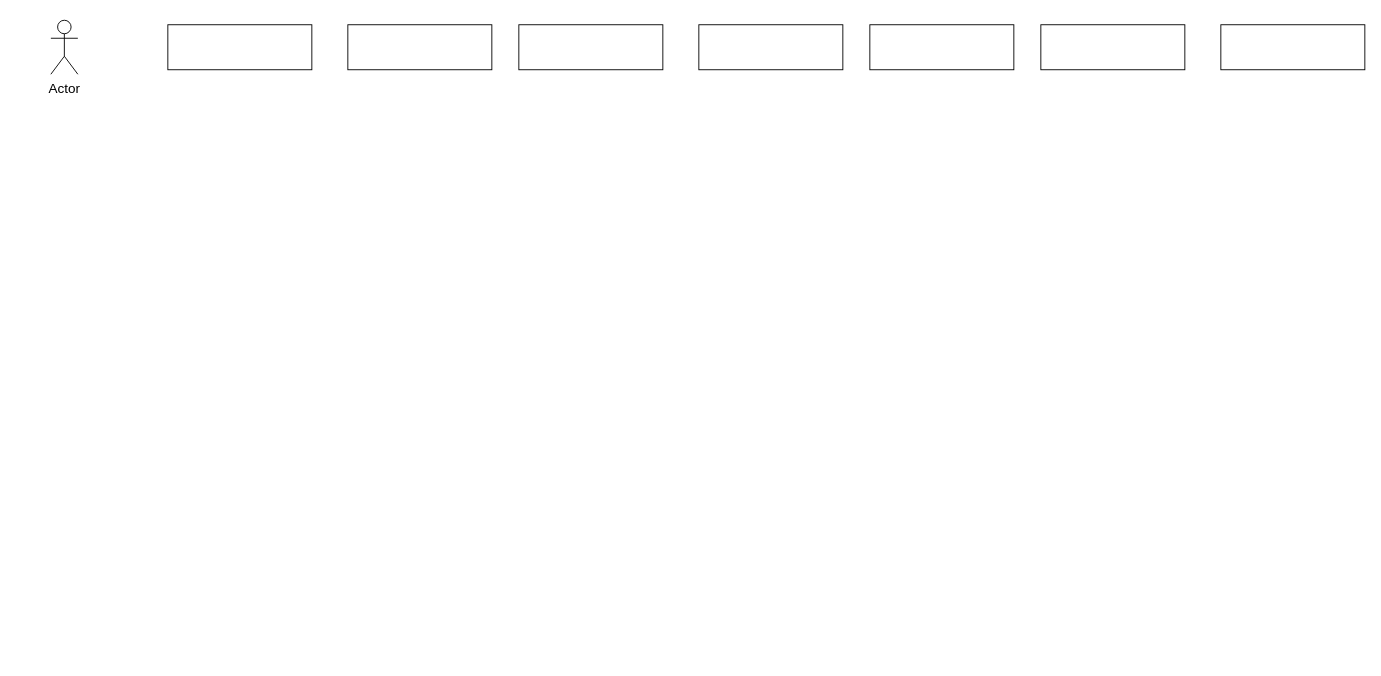
Earlier version of the draw.io diagram page "Sequence Diagram" (4 of 4) of Biểu đồ không có tiêu đề.drawio (quyettranvu/Lab2-3_UML). Source tidied: cells renumbered, new cells numbered last; positions are measured from the earlier drawing's top-left corner, leaving out a move shared by most shapes. Both pictures are drawn from the tidied source at 90%, with x=0, y=0 at pixel (50, 20).
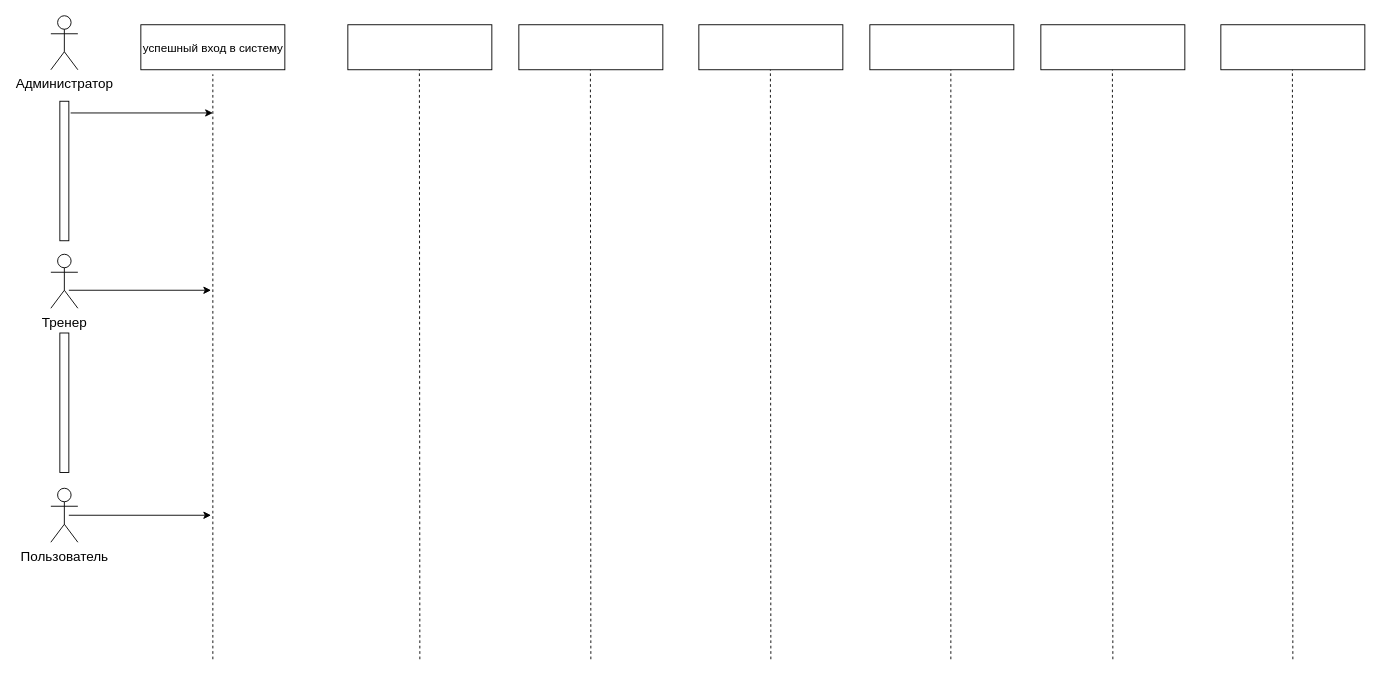
The same diagram, later.

Commit message (it also covers changes not shown here):
Cập nhật Biểu đồ không có tiêu đề.drawio

The edit, as a diff of the source:
```diff
@@
-    <mxCell id="2" value="Actor" style="shape=umlActor;verticalLabelPosition=bottom;verticalAlign=top;html=1;fontSize=15;fillColor=#FFFFFF;" parent="1" vertex="1">
-      <mxGeometry width="30" height="60" as="geometry" />
+    <mxCell id="2" value="Администратор" style="shape=umlActor;verticalLabelPosition=bottom;verticalAlign=top;html=1;fontSize=15;fillColor=#FFFFFF;" parent="1" vertex="1">
+      <mxGeometry y="-5" width="30" height="60" as="geometry" />
     </mxCell>
-    <mxCell id="3" style="html=1;fontSize=15;fillColor=#FFFFFF;" parent="1" vertex="1">
-      <mxGeometry x="130" y="5" width="160" height="50" as="geometry" />
+    <mxCell id="3" value="&lt;font style=&quot;font-size: 13px;&quot;&gt;успешный вход в систему&lt;/font&gt;" style="html=1;fontSize=15;fillColor=#FFFFFF;" parent="1" vertex="1">
+      <mxGeometry x="100" y="5" width="160" height="50" as="geometry" />
     </mxCell>
@@
+    <mxCell id="10" style="endArrow=none;dashed=1;html=1;rounded=0;fontSize=13;" parent="1" edge="1">
+      <mxGeometry relative="1" as="geometry">
+        <mxPoint x="180" y="710" as="sourcePoint" />
+        <mxPoint x="180" y="60" as="targetPoint" />
+      </mxGeometry>
+    </mxCell>
+    <mxCell id="11" style="endArrow=none;dashed=1;html=1;rounded=0;fontSize=13;" parent="1" edge="1">
+      <mxGeometry relative="1" as="geometry">
+        <mxPoint x="410" y="710" as="sourcePoint" />
+        <mxPoint x="409.5" y="55" as="targetPoint" />
+      </mxGeometry>
+    </mxCell>
+    <mxCell id="12" style="endArrow=none;dashed=1;html=1;rounded=0;fontSize=13;" parent="1" edge="1">
+      <mxGeometry relative="1" as="geometry">
+        <mxPoint x="600" y="710" as="sourcePoint" />
+        <mxPoint x="599.5" y="55" as="targetPoint" />
+      </mxGeometry>
+    </mxCell>
+    <mxCell id="13" style="endArrow=none;dashed=1;html=1;rounded=0;fontSize=13;" parent="1" edge="1">
+      <mxGeometry relative="1" as="geometry">
+        <mxPoint x="800" y="710" as="sourcePoint" />
+        <mxPoint x="799.5" y="55" as="targetPoint" />
+      </mxGeometry>
+    </mxCell>
+    <mxCell id="14" style="endArrow=none;dashed=1;html=1;rounded=0;fontSize=13;" parent="1" edge="1">
+      <mxGeometry relative="1" as="geometry">
+        <mxPoint x="1000" y="710" as="sourcePoint" />
+        <mxPoint x="1000" y="55" as="targetPoint" />
+      </mxGeometry>
+    </mxCell>
+    <mxCell id="15" style="endArrow=none;dashed=1;html=1;rounded=0;fontSize=13;" parent="1" edge="1">
+      <mxGeometry relative="1" as="geometry">
+        <mxPoint x="1180" y="710" as="sourcePoint" />
+        <mxPoint x="1179.5" y="55" as="targetPoint" />
+      </mxGeometry>
+    </mxCell>
+    <mxCell id="16" style="endArrow=none;dashed=1;html=1;rounded=0;fontSize=13;" parent="1" edge="1">
+      <mxGeometry relative="1" as="geometry">
+        <mxPoint x="1380" y="710" as="sourcePoint" />
+        <mxPoint x="1379.5" y="55" as="targetPoint" />
+      </mxGeometry>
+    </mxCell>
+    <mxCell id="17" value="Тренер" style="shape=umlActor;verticalLabelPosition=bottom;verticalAlign=top;html=1;fontSize=15;fillColor=#FFFFFF;" parent="1" vertex="1">
+      <mxGeometry y="260" width="30" height="60" as="geometry" />
+    </mxCell>
+    <mxCell id="18" value="Пользователь" style="shape=umlActor;verticalLabelPosition=bottom;verticalAlign=top;html=1;fontSize=15;fillColor=#FFFFFF;" parent="1" vertex="1">
+      <mxGeometry y="520" width="30" height="60" as="geometry" />
+    </mxCell>
+    <mxCell id="19" style="rounded=0;whiteSpace=wrap;html=1;fontSize=13;rotation=-90;" parent="1" vertex="1">
+      <mxGeometry x="-62.5" y="162.5" width="155" height="10" as="geometry" />
+    </mxCell>
+    <mxCell id="20" style="rounded=0;whiteSpace=wrap;html=1;fontSize=13;rotation=-90;" parent="1" vertex="1">
+      <mxGeometry x="-62.5" y="420" width="155" height="10" as="geometry" />
+    </mxCell>
+    <mxCell id="21" style="endArrow=classic;html=1;rounded=0;fontSize=13;exitX=0.916;exitY=1.2;exitDx=0;exitDy=0;exitPerimeter=0;" parent="1" edge="1" source="19">
+      <mxGeometry relative="1" as="geometry">
+        <mxPoint x="180" y="103" as="targetPoint" />
+      </mxGeometry>
+    </mxCell>
+    <mxCell id="22" style="endArrow=classic;html=1;rounded=0;fontSize=13;exitX=0.916;exitY=1.2;exitDx=0;exitDy=0;exitPerimeter=0;" parent="1" edge="1">
+      <mxGeometry relative="1" as="geometry">
+        <mxPoint x="20" y="300" as="sourcePoint" />
+        <mxPoint x="178" y="300" as="targetPoint" />
+      </mxGeometry>
+    </mxCell>
+    <mxCell id="23" style="endArrow=classic;html=1;rounded=0;fontSize=13;exitX=0.916;exitY=1.2;exitDx=0;exitDy=0;exitPerimeter=0;" parent="1" edge="1">
+      <mxGeometry relative="1" as="geometry">
+        <mxPoint x="20" y="550" as="sourcePoint" />
+        <mxPoint x="178" y="550" as="targetPoint" />
+      </mxGeometry>
+    </mxCell>
```
